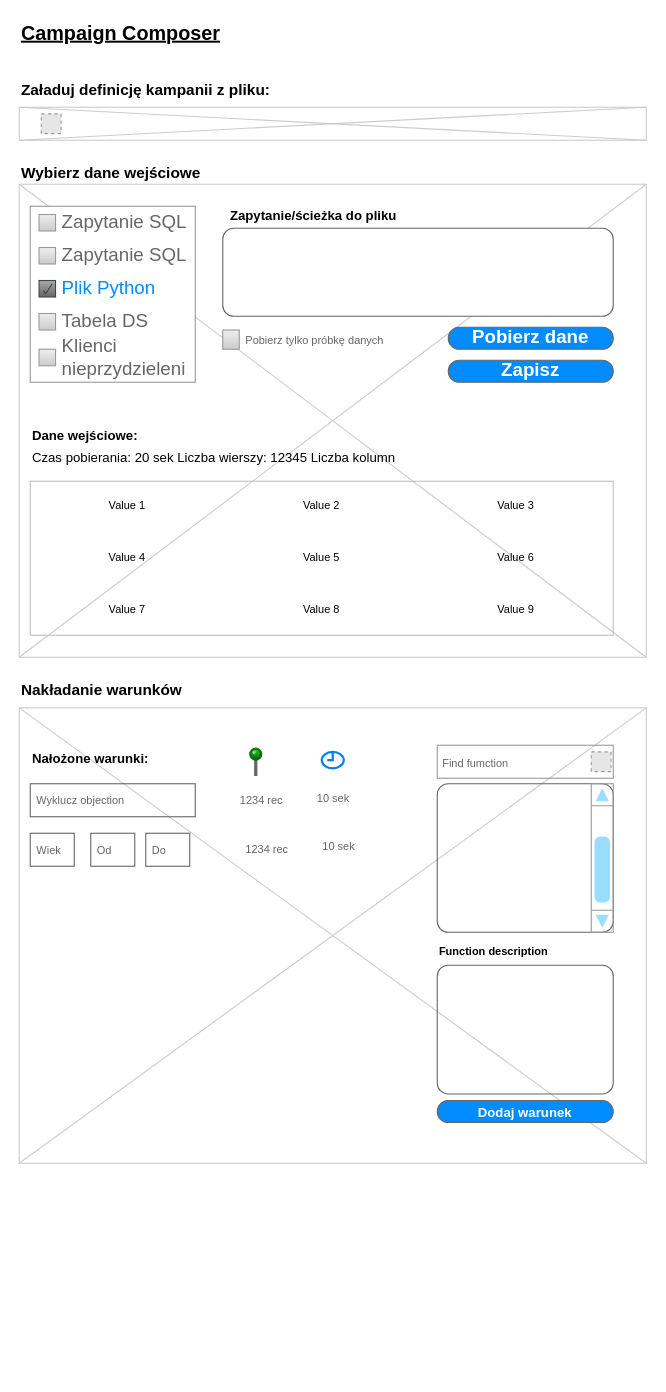
koxiol/blog keeps this draw.io diagram as Untitled Diagram.drawio. Above is the earlier version. Source tidied: cells renumbered, new cells numbered last; positions are measured from the earlier drawing's top-left corner, leaving out a move shared by most shapes. Both pictures are drawn from the tidied source at 110%, with x=0, y=0 at pixel (19, 19). Pictures stored in the file or linked from it are replaced by grey dashed boxes.
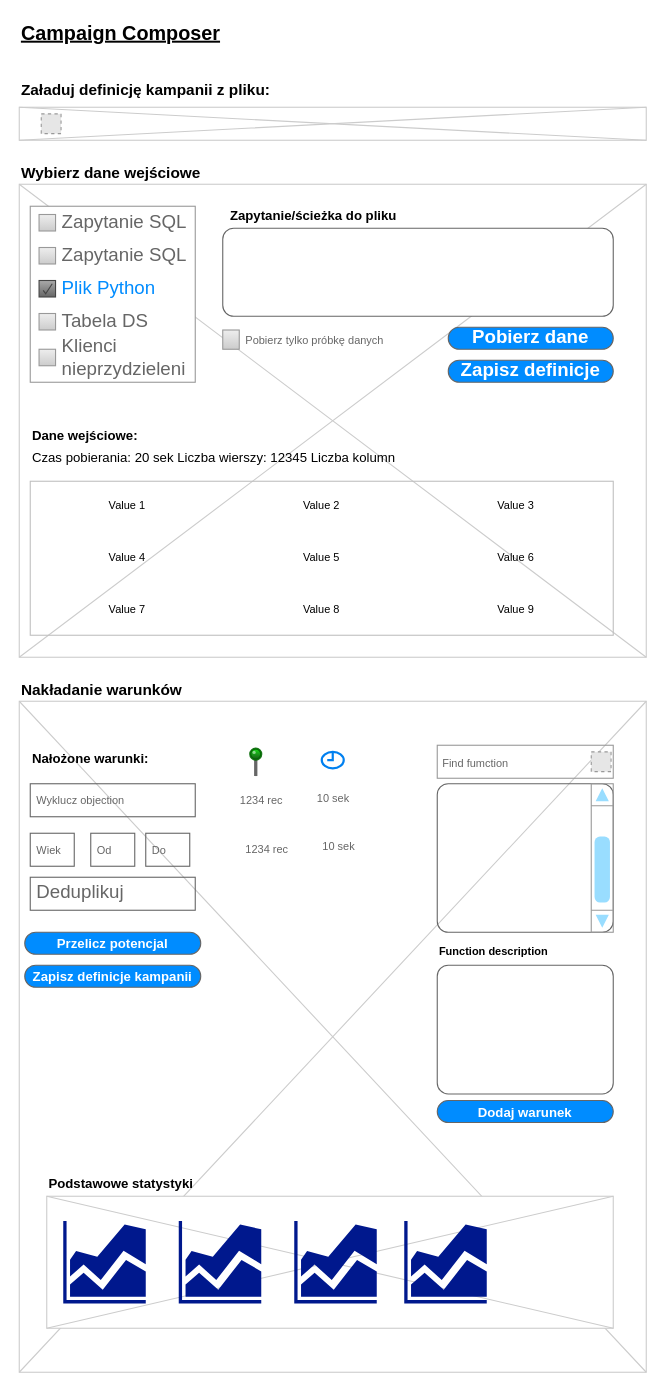
After the change.

Commit message:
campaign_composer_2

The edit, as a diff of the source:
```diff
@@
-    <mxCell id="16" value="Zapisz" style="strokeWidth=1;shadow=0;dashed=0;align=center;html=1;shape=mxgraph.mockup.buttons.button;strokeColor=#666666;fontColor=#ffffff;mainText=;buttonStyle=round;fontSize=17;fontStyle=1;fillColor=#008cff;whiteSpace=wrap;" parent="1" vertex="1">
+    <mxCell id="16" value="Zapisz definicje" style="strokeWidth=1;shadow=0;dashed=0;align=center;html=1;shape=mxgraph.mockup.buttons.button;strokeColor=#666666;fontColor=#ffffff;mainText=;buttonStyle=round;fontSize=17;fontStyle=1;fillColor=#008cff;whiteSpace=wrap;" parent="1" vertex="1">
       <mxGeometry x="390" y="310" width="150" height="20" as="geometry" />
     </mxCell>
@@
     <mxCell id="23" style="verticalLabelPosition=bottom;verticalAlign=top;strokeWidth=1;shape=mxgraph.mockup.graphics.iconGrid;strokeColor=#CCCCCC;gridSize=1,1;" parent="1" vertex="1">
-      <mxGeometry y="626" width="570" height="414" as="geometry" />
+      <mxGeometry y="620" width="570" height="610" as="geometry" />
     </mxCell>
@@
+    <mxCell id="42" value="&lt;span style=&quot;font-size: 12px&quot;&gt;Przelicz potencjal&lt;/span&gt;" style="strokeWidth=1;shadow=0;dashed=0;align=center;html=1;shape=mxgraph.mockup.buttons.button;strokeColor=#666666;fontColor=#ffffff;mainText=;buttonStyle=round;fontSize=17;fontStyle=1;fillColor=#008cff;whiteSpace=wrap;" parent="1" vertex="1">
+      <mxGeometry x="5" y="830" width="160" height="20" as="geometry" />
+    </mxCell>
+    <mxCell id="43" value="&lt;span style=&quot;font-size: 12px&quot;&gt;Zapisz definicje kampanii&lt;/span&gt;" style="strokeWidth=1;shadow=0;dashed=0;align=center;html=1;shape=mxgraph.mockup.buttons.button;strokeColor=#666666;fontColor=#ffffff;mainText=;buttonStyle=round;fontSize=17;fontStyle=1;fillColor=#008cff;whiteSpace=wrap;" parent="1" vertex="1">
+      <mxGeometry x="5" y="860" width="160" height="20" as="geometry" />
+    </mxCell>
+    <mxCell id="44" value="Deduplikuj" style="strokeWidth=1;shadow=0;dashed=0;align=center;html=1;shape=mxgraph.mockup.text.textBox;fontColor=#666666;align=left;fontSize=17;spacingLeft=4;spacingTop=-3;strokeColor=#666666;mainText=;fillColor=none;gradientColor=none;" parent="1" vertex="1">
+      <mxGeometry x="10" y="780" width="150" height="30" as="geometry" />
+    </mxCell>
+    <mxCell id="45" style="verticalLabelPosition=bottom;verticalAlign=top;strokeWidth=1;shape=mxgraph.mockup.graphics.iconGrid;strokeColor=#CCCCCC;gridSize=1,1;" parent="1" vertex="1">
+      <mxGeometry x="25" y="1070" width="515" height="120" as="geometry" />
+    </mxCell>
+    <mxCell id="46" value="Podstawowe statystyki" style="text;spacingTop=-5;fontSize=12;fontStyle=1;" parent="1" vertex="1">
+      <mxGeometry x="25" y="1050" width="250" height="20" as="geometry" />
+    </mxCell>
+    <mxCell id="47" style="shadow=0;dashed=0;html=1;strokeColor=none;labelPosition=center;verticalLabelPosition=bottom;verticalAlign=top;align=center;fillColor=#00188D;shape=mxgraph.mscae.general.graph;fontSize=12;" parent="1" vertex="1">
+      <mxGeometry x="40" y="1092.5" width="75" height="75" as="geometry" />
+    </mxCell>
+    <mxCell id="48" style="shadow=0;dashed=0;html=1;strokeColor=none;labelPosition=center;verticalLabelPosition=bottom;verticalAlign=top;align=center;fillColor=#00188D;shape=mxgraph.mscae.general.graph;fontSize=12;" parent="1" vertex="1">
+      <mxGeometry x="145" y="1092.5" width="75" height="75" as="geometry" />
+    </mxCell>
+    <mxCell id="49" style="shadow=0;dashed=0;html=1;strokeColor=none;labelPosition=center;verticalLabelPosition=bottom;verticalAlign=top;align=center;fillColor=#00188D;shape=mxgraph.mscae.general.graph;fontSize=12;" parent="1" vertex="1">
+      <mxGeometry x="250" y="1092.5" width="75" height="75" as="geometry" />
+    </mxCell>
+    <mxCell id="50" style="shadow=0;dashed=0;html=1;strokeColor=none;labelPosition=center;verticalLabelPosition=bottom;verticalAlign=top;align=center;fillColor=#00188D;shape=mxgraph.mscae.general.graph;fontSize=12;" parent="1" vertex="1">
+      <mxGeometry x="350" y="1092.5" width="75" height="75" as="geometry" />
+    </mxCell>
```
